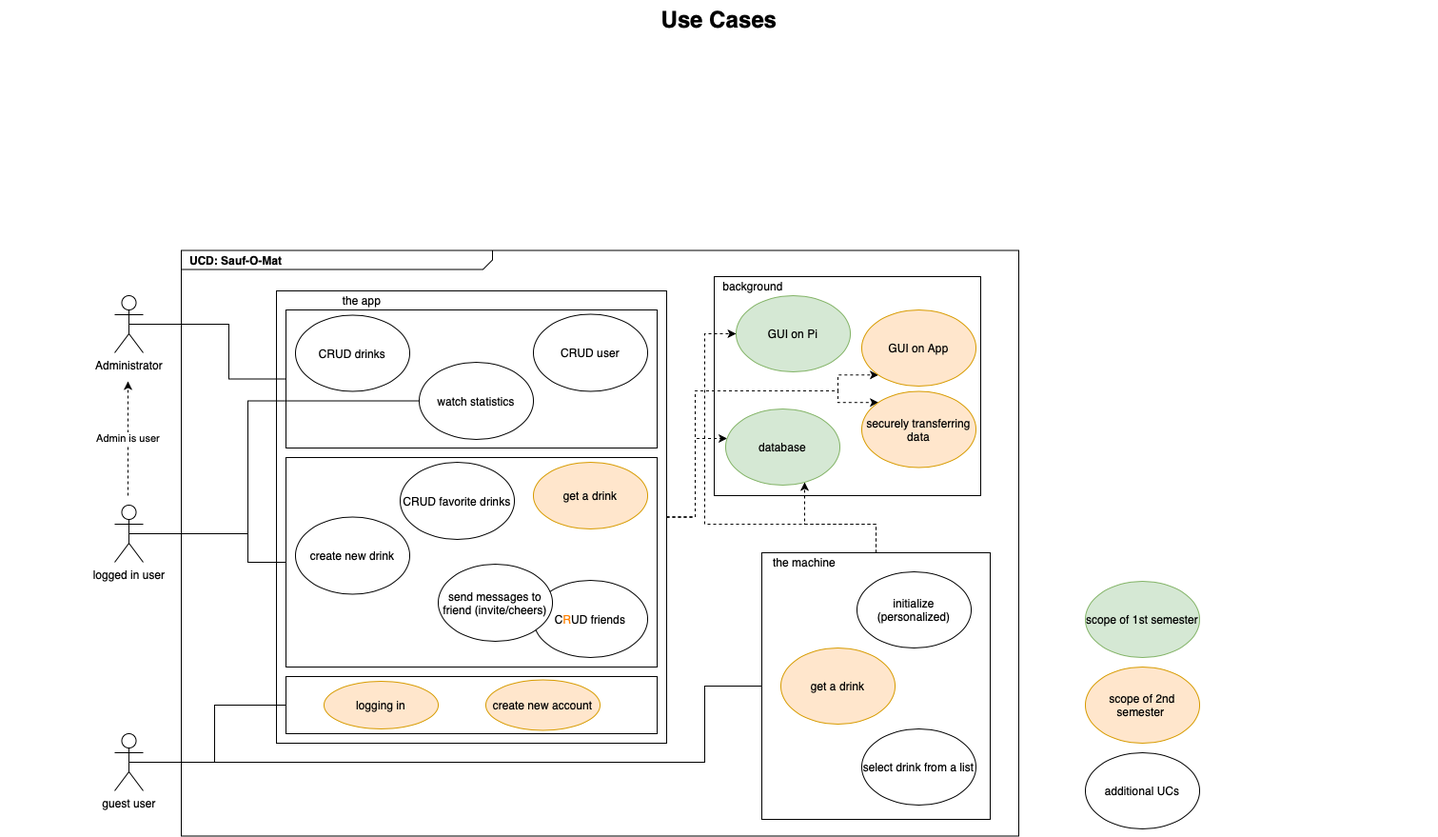
The draw.io diagram UseCaseDiagram.png in TheLordXII/OneTouch, before a commit. Source tidied: cells renumbered, new cells last; positions are measured from the earlier drawing's top-left corner, leaving out a move shared by most shapes.
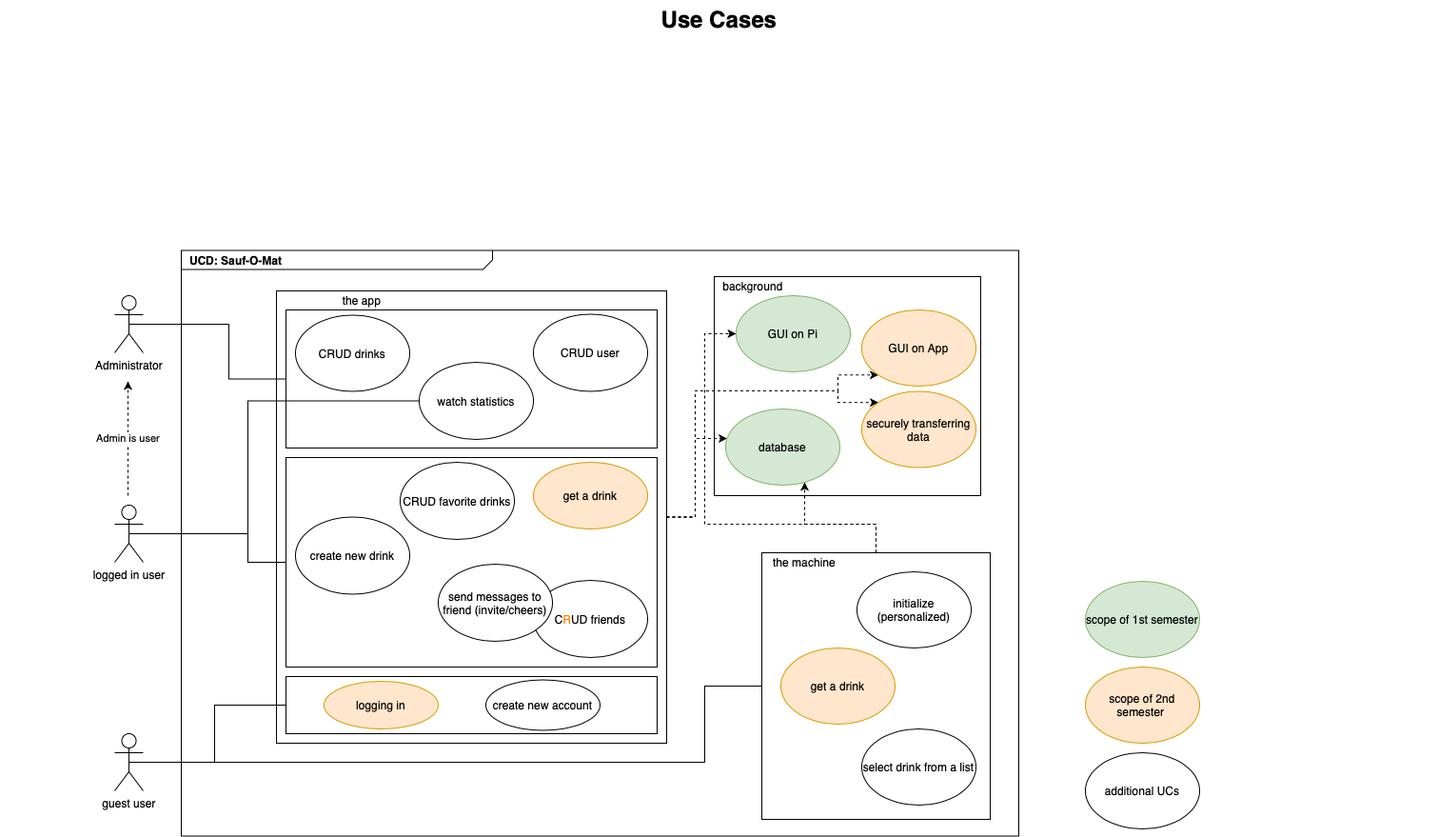
After the change.

Diff of the diagram source:
```diff
@@ -163,7 +163,7 @@
     <mxCell id="37" value="send messages to friend (invite/cheers)" style="ellipse;whiteSpace=wrap;html=1;" parent="1" vertex="1">
       <mxGeometry x="460" y="592" width="120" height="81" as="geometry" />
     </mxCell>
-    <mxCell id="38" value="create new account" style="ellipse;whiteSpace=wrap;html=1;fillColor=#ffe6cc;strokeColor=#d79b00;" parent="1" vertex="1">
+    <mxCell id="38" value="create new account" style="ellipse;whiteSpace=wrap;html=1;fillColor=#FFFFFF;strokeColor=#000000;" parent="1" vertex="1">
       <mxGeometry x="510" y="713.5" width="120" height="53" as="geometry" />
     </mxCell>
     <mxCell id="39" value="get a drink" style="ellipse;whiteSpace=wrap;html=1;fillColor=#ffe6cc;strokeColor=#d79b00;" parent="1" vertex="1">
```
